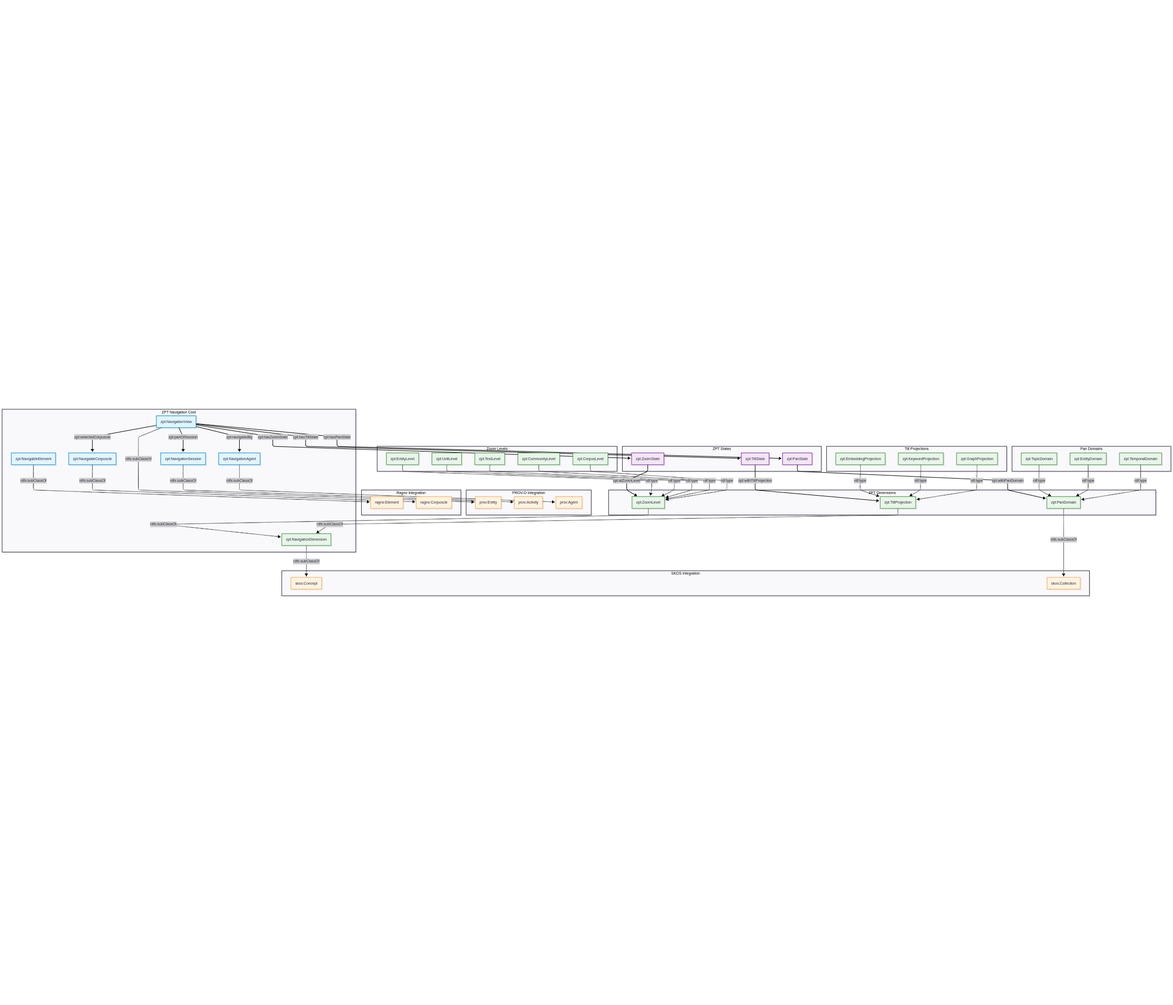
Before: media/class_diagram.png, a diagram exported from Mermaid (danja/zpt). Its source is kept beside it as media/class_diagram.mermaid.
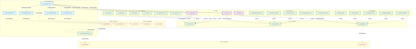
Later version of the same file.

Diff of the diagram source:
```diff
@@ -38,9 +38,10 @@
     end
 
     subgraph "Zoom Levels"
+        MicroLevel[zpt:MicroLevel]
         EntityLevel[zpt:EntityLevel]
+        TextLevel[zpt:TextLevel]
         UnitLevel[zpt:UnitLevel]
-        TextLevel[zpt:TextLevel]
         CommunityLevel[zpt:CommunityLevel]
         CorpusLevel[zpt:CorpusLevel]
     end
@@ -49,12 +50,16 @@
         EmbeddingProjection[zpt:EmbeddingProjection]
         KeywordProjection[zpt:KeywordProjection]
         GraphProjection[zpt:GraphProjection]
+        TemporalProjection[zpt:TemporalProjection]
+        MemoryProjection[zpt:MemoryProjection]
     end
 
     subgraph "Pan Domains"
         TopicDomain[zpt:TopicDomain]
         EntityDomain[zpt:EntityDomain]
         TemporalDomain[zpt:TemporalDomain]
+        GeospatialDomain[zpt:GeospatialDomain]
+        CorpuscleDomain[zpt:CorpuscleDomain]
     end
 
     NavigationView -.->|rdfs:subClassOf| PROVEntity
@@ -77,19 +82,24 @@
     PanState -->|zpt:withPanDomain| PanDomain
     TiltState -->|zpt:withTiltProjection| TiltProjection
 
+    MicroLevel -.->|rdf:type| ZoomLevel
     EntityLevel -.->|rdf:type| ZoomLevel
+    TextLevel -.->|rdf:type| ZoomLevel
     UnitLevel -.->|rdf:type| ZoomLevel
-    TextLevel -.->|rdf:type| ZoomLevel
     CommunityLevel -.->|rdf:type| ZoomLevel
     CorpusLevel -.->|rdf:type| ZoomLevel
 
     EmbeddingProjection -.->|rdf:type| TiltProjection
     KeywordProjection -.->|rdf:type| TiltProjection
     GraphProjection -.->|rdf:type| TiltProjection
+    TemporalProjection -.->|rdf:type| TiltProjection
+    MemoryProjection -.->|rdf:type| TiltProjection
 
     TopicDomain -.->|rdf:type| PanDomain
     EntityDomain -.->|rdf:type| PanDomain
     TemporalDomain -.->|rdf:type| PanDomain
+    GeospatialDomain -.->|rdf:type| PanDomain
+    CorpuscleDomain -.->|rdf:type| PanDomain
 
     NavigationView -->|zpt:selectedCorpuscle| NavigableCorpuscle
     NavigationView -->|zpt:navigatedBy| NavigationAgent
@@ -102,5 +112,5 @@
 
     class NavigationView,NavigationSession,NavigationAgent,NavigableCorpuscle,NavigableElement zptCore
     class ZoomState,PanState,TiltState zptState
-    class ZoomLevel,PanDomain,TiltProjection,NavigationDimension,EntityLevel,UnitLevel,TextLevel,CommunityLevel,CorpusLevel,EmbeddingProjection,KeywordProjection,GraphProjection,TopicDomain,EntityDomain,TemporalDomain zptDimension
+    class ZoomLevel,PanDomain,TiltProjection,NavigationDimension,MicroLevel,EntityLevel,TextLevel,UnitLevel,CommunityLevel,CorpusLevel,EmbeddingProjection,KeywordProjection,GraphProjection,TemporalProjection,MemoryProjection,TopicDomain,EntityDomain,TemporalDomain,GeospatialDomain,CorpuscleDomain zptDimension
     class PROVEntity,PROVActivity,PROVAgent,SKOSConcept,SKOSCollection,RagnoElement,RagnoCorpuscle external
```
